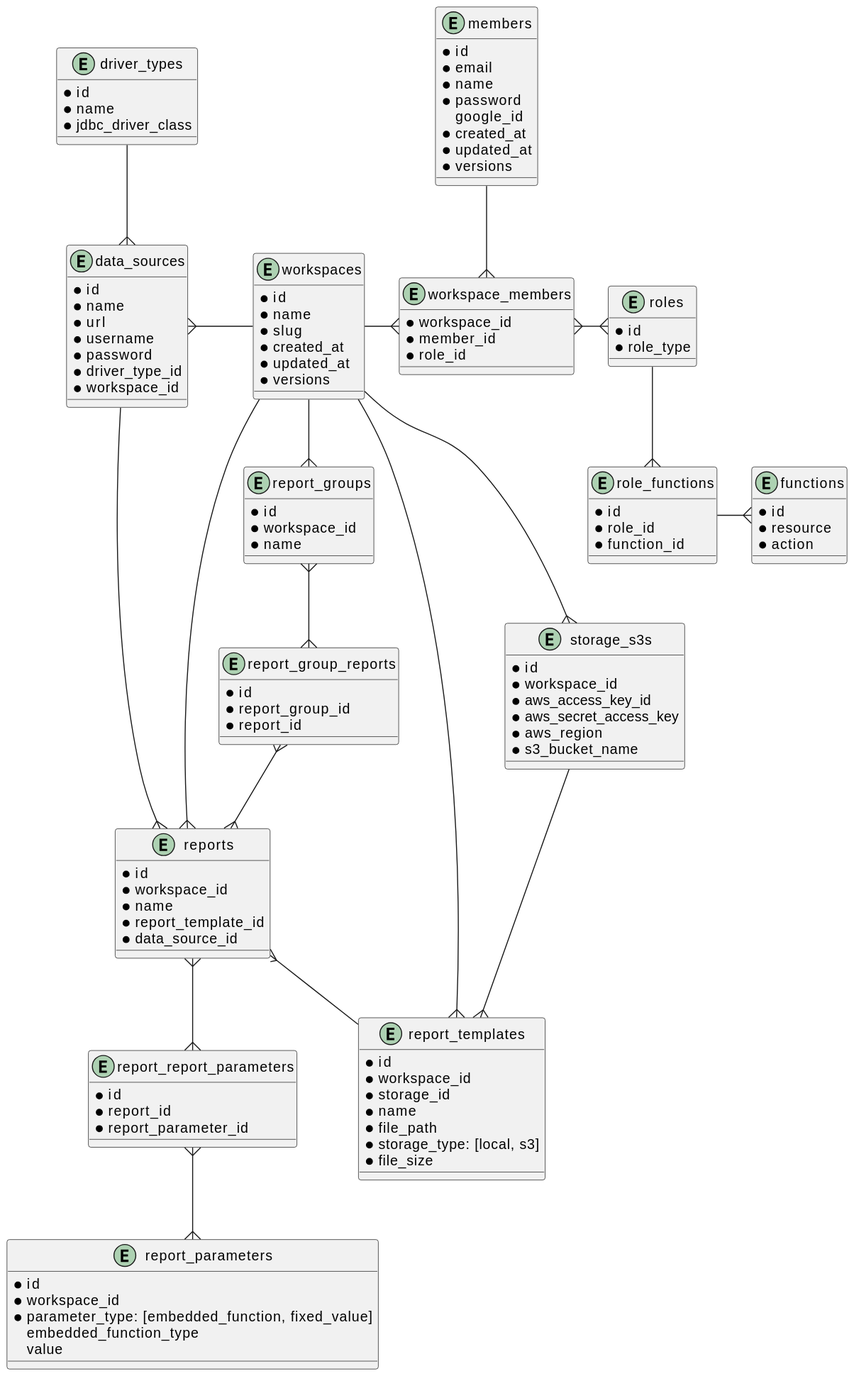
Before: docs/db/diagram.svg, a diagram exported from PlantUML (ijufumi/openreports-api).
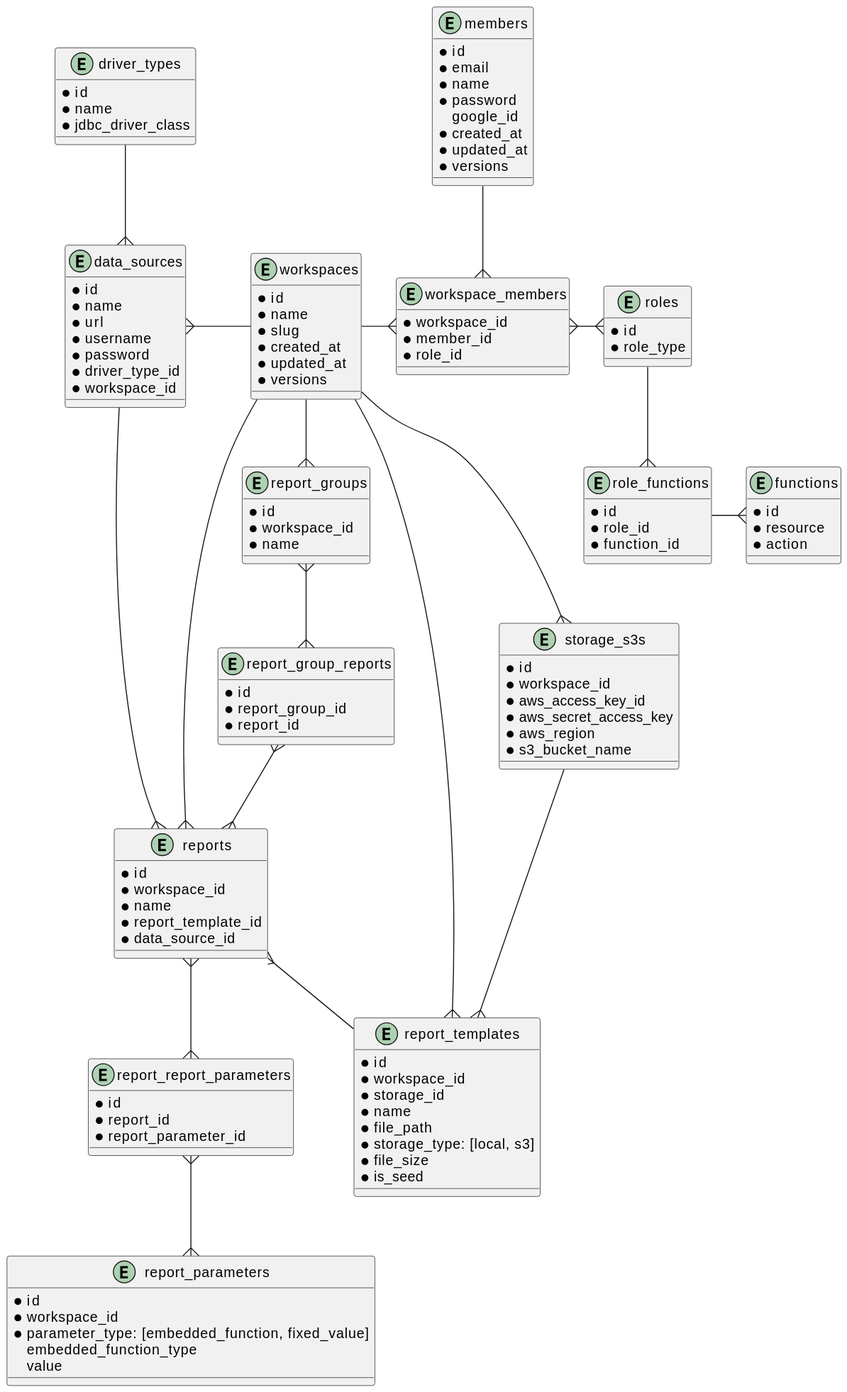
After the commit.

Diff of the diagram source:
```diff
@@ -74,6 +74,7 @@
   * file_path
   * storage_type: [local, s3]
   * file_size
+  * is_seed
 }
 
 entity report_parameters {
```
